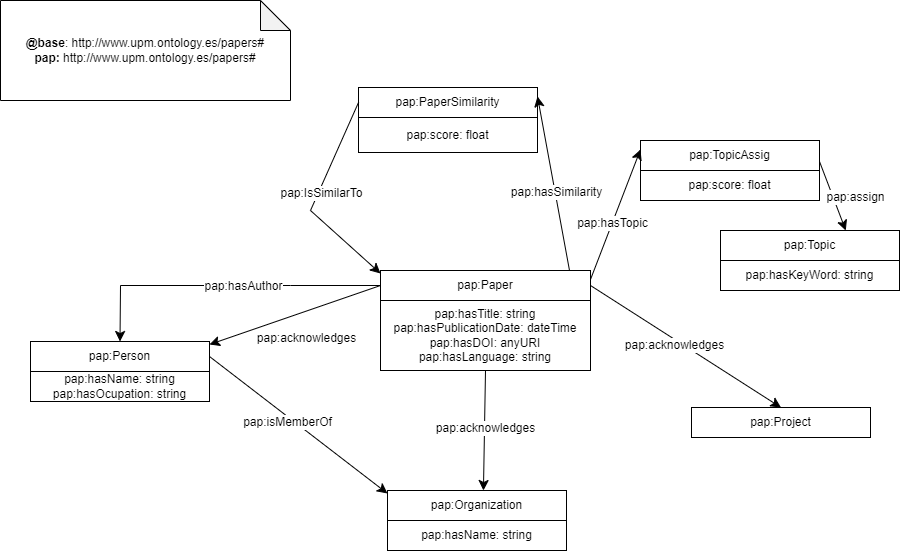
The draw.io diagram ontology/ontology-g5.png in RubenCid35/GraphPaperSim, before a commit. Source tidied: cells renumbered, new cells last; positions are measured from the earlier drawing's top-left corner, leaving out a move shared by most shapes.
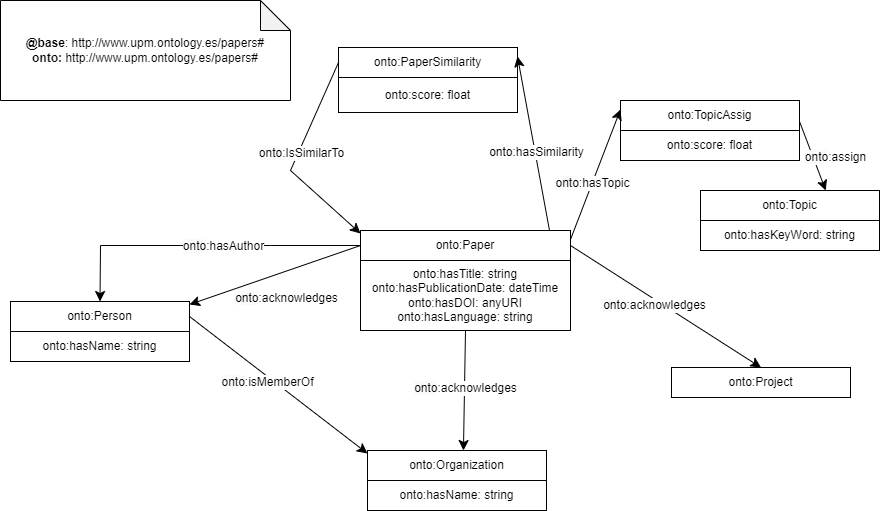
The same file after the commit.

Commit message:
update ontology && add workflow

What changed in the source:
```diff
@@ -2,37 +2,37 @@
   <root>
     <mxCell id="0" />
     <mxCell id="1" parent="0" />
-    <mxCell id="2" value="pap:hasTitle: string&lt;div&gt;pap:hasPublicationDate: dateTime&lt;br&gt;&lt;div&gt;pap:hasDOI: anyURI&lt;/div&gt;&lt;/div&gt;&lt;div&gt;pap:hasLanguage: string&lt;/div&gt;" style="rounded=0;whiteSpace=wrap;html=1;snapToPoint=1;points=[[0.1,0],[0.2,0],[0.3,0],[0.4,0],[0.5,0],[0.6,0],[0.7,0],[0.8,0],[0.9,0],[0,0.1],[0,0.3],[0,0.5],[0,0.7],[0,0.9],[0.1,1],[0.2,1],[0.3,1],[0.4,1],[0.5,1],[0.6,1],[0.7,1],[0.8,1],[0.9,1],[1,0.1],[1,0.3],[1,0.5],[1,0.7],[1,0.9]];" parent="1" vertex="1">
+    <mxCell id="2" value="onto:hasTitle: string&lt;br&gt;&lt;div&gt;&lt;span style=&quot;background-color: initial;&quot;&gt;onto&lt;/span&gt;:hasPublicationDate: dateTime&lt;br&gt;&lt;div&gt;&lt;span style=&quot;background-color: initial;&quot;&gt;onto&lt;/span&gt;:hasDOI: anyURI&lt;/div&gt;&lt;/div&gt;&lt;div&gt;&lt;span style=&quot;background-color: initial;&quot;&gt;onto&lt;/span&gt;:hasLanguage: string&lt;/div&gt;" style="rounded=0;whiteSpace=wrap;html=1;snapToPoint=1;points=[[0.1,0],[0.2,0],[0.3,0],[0.4,0],[0.5,0],[0.6,0],[0.7,0],[0.8,0],[0.9,0],[0,0.1],[0,0.3],[0,0.5],[0,0.7],[0,0.9],[0.1,1],[0.2,1],[0.3,1],[0.4,1],[0.5,1],[0.6,1],[0.7,1],[0.8,1],[0.9,1],[1,0.1],[1,0.3],[1,0.5],[1,0.7],[1,0.9]];" parent="1" vertex="1">
       <mxGeometry x="380" y="300" width="210" height="70" as="geometry" />
     </mxCell>
-    <mxCell id="3" value="pap:Paper" style="rounded=0;whiteSpace=wrap;html=1;snapToPoint=1;points=[[0.1,0],[0.2,0],[0.3,0],[0.4,0],[0.5,0],[0.6,0],[0.7,0],[0.8,0],[0.9,0],[0,0.1],[0,0.3],[0,0.5],[0,0.7],[0,0.9],[0.1,1],[0.2,1],[0.3,1],[0.4,1],[0.5,1],[0.6,1],[0.7,1],[0.8,1],[0.9,1],[1,0.1],[1,0.3],[1,0.5],[1,0.7],[1,0.9]];" parent="1" vertex="1">
+    <mxCell id="3" value="onto:Paper" style="rounded=0;whiteSpace=wrap;html=1;snapToPoint=1;points=[[0.1,0],[0.2,0],[0.3,0],[0.4,0],[0.5,0],[0.6,0],[0.7,0],[0.8,0],[0.9,0],[0,0.1],[0,0.3],[0,0.5],[0,0.7],[0,0.9],[0.1,1],[0.2,1],[0.3,1],[0.4,1],[0.5,1],[0.6,1],[0.7,1],[0.8,1],[0.9,1],[1,0.1],[1,0.3],[1,0.5],[1,0.7],[1,0.9]];" parent="1" vertex="1">
       <mxGeometry x="380" y="270" width="210" height="30" as="geometry" />
     </mxCell>
-    <mxCell id="4" value="&lt;div&gt;pap:hasName: string&lt;/div&gt;pap:hasOcupation: string" style="rounded=0;whiteSpace=wrap;html=1;" parent="1" vertex="1">
+    <mxCell id="4" value="&lt;div&gt;&lt;span style=&quot;background-color: initial;&quot;&gt;onto&lt;/span&gt;:hasName: string&lt;/div&gt;" style="rounded=0;whiteSpace=wrap;html=1;" parent="1" vertex="1">
       <mxGeometry x="30" y="371" width="179" height="30" as="geometry" />
     </mxCell>
-    <mxCell id="5" value="pap:Person" style="rounded=0;whiteSpace=wrap;html=1;snapToPoint=1;points=[[0.1,0],[0.2,0],[0.3,0],[0.4,0],[0.5,0],[0.6,0],[0.7,0],[0.8,0],[0.9,0],[0,0.1],[0,0.3],[0,0.5],[0,0.7],[0,0.9],[0.1,1],[0.2,1],[0.3,1],[0.4,1],[0.5,1],[0.6,1],[0.7,1],[0.8,1],[0.9,1],[1,0.1],[1,0.3],[1,0.5],[1,0.7],[1,0.9]];" parent="1" vertex="1">
+    <mxCell id="5" value="onto:Person" style="rounded=0;whiteSpace=wrap;html=1;snapToPoint=1;points=[[0.1,0],[0.2,0],[0.3,0],[0.4,0],[0.5,0],[0.6,0],[0.7,0],[0.8,0],[0.9,0],[0,0.1],[0,0.3],[0,0.5],[0,0.7],[0,0.9],[0.1,1],[0.2,1],[0.3,1],[0.4,1],[0.5,1],[0.6,1],[0.7,1],[0.8,1],[0.9,1],[1,0.1],[1,0.3],[1,0.5],[1,0.7],[1,0.9]];" parent="1" vertex="1">
       <mxGeometry x="30" y="341" width="179" height="30" as="geometry" />
     </mxCell>
-    <mxCell id="6" value="pap:Project" style="rounded=0;whiteSpace=wrap;html=1;snapToPoint=1;points=[[0.1,0],[0.2,0],[0.3,0],[0.4,0],[0.5,0],[0.6,0],[0.7,0],[0.8,0],[0.9,0],[0,0.1],[0,0.3],[0,0.5],[0,0.7],[0,0.9],[0.1,1],[0.2,1],[0.3,1],[0.4,1],[0.5,1],[0.6,1],[0.7,1],[0.8,1],[0.9,1],[1,0.1],[1,0.3],[1,0.5],[1,0.7],[1,0.9]];" parent="1" vertex="1">
+    <mxCell id="6" value="onto:Project" style="rounded=0;whiteSpace=wrap;html=1;snapToPoint=1;points=[[0.1,0],[0.2,0],[0.3,0],[0.4,0],[0.5,0],[0.6,0],[0.7,0],[0.8,0],[0.9,0],[0,0.1],[0,0.3],[0,0.5],[0,0.7],[0,0.9],[0.1,1],[0.2,1],[0.3,1],[0.4,1],[0.5,1],[0.6,1],[0.7,1],[0.8,1],[0.9,1],[1,0.1],[1,0.3],[1,0.5],[1,0.7],[1,0.9]];" parent="1" vertex="1">
       <mxGeometry x="691" y="407" width="179" height="30" as="geometry" />
     </mxCell>
-    <mxCell id="7" value="pap:score: float" style="rounded=0;whiteSpace=wrap;html=1;" parent="1" vertex="1">
+    <mxCell id="7" value="onto:score: float" style="rounded=0;whiteSpace=wrap;html=1;" parent="1" vertex="1">
       <mxGeometry x="640" y="170" width="179" height="30" as="geometry" />
     </mxCell>
-    <mxCell id="8" value="pap:TopicAssig" style="rounded=0;whiteSpace=wrap;html=1;snapToPoint=1;points=[[0.1,0],[0.2,0],[0.3,0],[0.4,0],[0.5,0],[0.6,0],[0.7,0],[0.8,0],[0.9,0],[0,0.1],[0,0.3],[0,0.5],[0,0.7],[0,0.9],[0.1,1],[0.2,1],[0.3,1],[0.4,1],[0.5,1],[0.6,1],[0.7,1],[0.8,1],[0.9,1],[1,0.1],[1,0.3],[1,0.5],[1,0.7],[1,0.9]];" parent="1" vertex="1">
+    <mxCell id="8" value="onto:TopicAssig" style="rounded=0;whiteSpace=wrap;html=1;snapToPoint=1;points=[[0.1,0],[0.2,0],[0.3,0],[0.4,0],[0.5,0],[0.6,0],[0.7,0],[0.8,0],[0.9,0],[0,0.1],[0,0.3],[0,0.5],[0,0.7],[0,0.9],[0.1,1],[0.2,1],[0.3,1],[0.4,1],[0.5,1],[0.6,1],[0.7,1],[0.8,1],[0.9,1],[1,0.1],[1,0.3],[1,0.5],[1,0.7],[1,0.9]];" parent="1" vertex="1">
       <mxGeometry x="640" y="140" width="179" height="30" as="geometry" />
     </mxCell>
-    <mxCell id="9" value="pap:hasName: string" style="rounded=0;whiteSpace=wrap;html=1;" parent="1" vertex="1">
+    <mxCell id="9" value="onto:hasName: string" style="rounded=0;whiteSpace=wrap;html=1;" parent="1" vertex="1">
       <mxGeometry x="387" y="520" width="179" height="30" as="geometry" />
     </mxCell>
-    <mxCell id="10" value="pap:Organization" style="rounded=0;whiteSpace=wrap;html=1;snapToPoint=1;points=[[0.1,0],[0.2,0],[0.3,0],[0.4,0],[0.5,0],[0.6,0],[0.7,0],[0.8,0],[0.9,0],[0,0.1],[0,0.3],[0,0.5],[0,0.7],[0,0.9],[0.1,1],[0.2,1],[0.3,1],[0.4,1],[0.5,1],[0.6,1],[0.7,1],[0.8,1],[0.9,1],[1,0.1],[1,0.3],[1,0.5],[1,0.7],[1,0.9]];" parent="1" vertex="1">
+    <mxCell id="10" value="onto:Organization" style="rounded=0;whiteSpace=wrap;html=1;snapToPoint=1;points=[[0.1,0],[0.2,0],[0.3,0],[0.4,0],[0.5,0],[0.6,0],[0.7,0],[0.8,0],[0.9,0],[0,0.1],[0,0.3],[0,0.5],[0,0.7],[0,0.9],[0.1,1],[0.2,1],[0.3,1],[0.4,1],[0.5,1],[0.6,1],[0.7,1],[0.8,1],[0.9,1],[1,0.1],[1,0.3],[1,0.5],[1,0.7],[1,0.9]];" parent="1" vertex="1">
       <mxGeometry x="387" y="490" width="179" height="30" as="geometry" />
     </mxCell>
     <mxCell id="11" style="endArrow=classic;html=1;exitX=0.5;exitY=1;exitDx=0;exitDy=0;entryX=0.536;entryY=0;entryDx=0;entryDy=0;endSize=8;arcSize=0;rounded=0;entryPerimeter=0;" parent="1" edge="1" source="2" target="10">
       <mxGeometry relative="1" as="geometry" />
     </mxCell>
-    <mxCell id="12" value="pap:acknowledges" style="text;html=1;align=center;verticalAlign=middle;labelBackgroundColor=#ffffff;" parent="11" vertex="1">
+    <mxCell id="12" value="&lt;span style=&quot;text-wrap: wrap; background-color: rgb(251, 251, 251);&quot;&gt;onto&lt;/span&gt;:acknowledges" style="text;html=1;align=center;verticalAlign=middle;labelBackgroundColor=#ffffff;" parent="11" vertex="1">
       <mxGeometry x="-0.13" relative="1" as="geometry">
         <mxPoint y="6" as="offset" />
       </mxGeometry>
@@ -45,19 +45,19 @@
         </Array>
       </mxGeometry>
     </mxCell>
-    <mxCell id="14" value="pap:hasAuthor" style="text;html=1;align=center;verticalAlign=middle;labelBackgroundColor=#ffffff;" parent="13" vertex="1">
+    <mxCell id="14" value="&lt;span style=&quot;text-wrap: wrap; background-color: rgb(251, 251, 251);&quot;&gt;onto&lt;/span&gt;:hasAuthor" style="text;html=1;align=center;verticalAlign=middle;labelBackgroundColor=#ffffff;" parent="13" vertex="1">
       <mxGeometry x="-0.13" relative="1" as="geometry" />
     </mxCell>
     <mxCell id="15" style="endArrow=classic;html=1;exitX=1;exitY=0.3;exitDx=0;exitDy=0;entryX=0;entryY=0.3;entryDx=0;entryDy=0;endSize=8;arcSize=0;rounded=0;" parent="1" edge="1" source="3" target="8">
       <mxGeometry relative="1" as="geometry" />
     </mxCell>
-    <mxCell id="16" value="pap:hasTopic" style="text;html=1;align=center;verticalAlign=middle;labelBackgroundColor=#ffffff;" parent="15" vertex="1">
+    <mxCell id="16" value="&lt;span style=&quot;text-wrap: wrap; background-color: rgb(251, 251, 251);&quot;&gt;onto&lt;/span&gt;:hasTopic" style="text;html=1;align=center;verticalAlign=middle;labelBackgroundColor=#ffffff;" parent="15" vertex="1">
       <mxGeometry x="-0.13" relative="1" as="geometry" />
     </mxCell>
     <mxCell id="17" style="endArrow=classic;html=1;exitX=0;exitY=0.5;exitDx=0;exitDy=0;endSize=8;arcSize=0;rounded=0;entryX=1;entryY=0.1;entryDx=0;entryDy=0;" parent="1" edge="1" source="3" target="5">
       <mxGeometry relative="1" as="geometry" />
     </mxCell>
-    <mxCell id="18" value="pap:acknowledges" style="text;html=1;align=center;verticalAlign=middle;labelBackgroundColor=#ffffff;" parent="17" vertex="1">
+    <mxCell id="18" value="&lt;span style=&quot;text-wrap: wrap; background-color: rgb(251, 251, 251);&quot;&gt;onto&lt;/span&gt;:acknowledges" style="text;html=1;align=center;verticalAlign=middle;labelBackgroundColor=#ffffff;" parent="17" vertex="1">
       <mxGeometry x="-0.13" relative="1" as="geometry">
         <mxPoint y="27" as="offset" />
       </mxGeometry>
@@ -65,7 +65,7 @@
     <mxCell id="19" style="endArrow=classic;html=1;exitX=1;exitY=0.5;exitDx=0;exitDy=0;entryX=0.5;entryY=0;entryDx=0;entryDy=0;endSize=8;arcSize=0;rounded=0;" parent="1" edge="1" source="3" target="6">
       <mxGeometry relative="1" as="geometry" />
     </mxCell>
-    <mxCell id="20" value="pap:acknowledges" style="text;html=1;align=center;verticalAlign=middle;labelBackgroundColor=#ffffff;" parent="19" vertex="1">
+    <mxCell id="20" value="&lt;span style=&quot;text-wrap: wrap; background-color: rgb(251, 251, 251);&quot;&gt;onto&lt;/span&gt;:acknowledges" style="text;html=1;align=center;verticalAlign=middle;labelBackgroundColor=#ffffff;" parent="19" vertex="1">
       <mxGeometry x="-0.13" relative="1" as="geometry">
         <mxPoint y="6" as="offset" />
       </mxGeometry>
@@ -73,18 +73,15 @@
     <mxCell id="21" style="endArrow=classic;html=1;exitX=1;exitY=0.5;exitDx=0;exitDy=0;endSize=8;arcSize=0;rounded=0;entryX=0;entryY=0.1;entryDx=0;entryDy=0;" parent="1" edge="1" source="5" target="10">
       <mxGeometry relative="1" as="geometry" />
     </mxCell>
-    <mxCell id="22" value="pap:isMemberOf" style="text;html=1;align=center;verticalAlign=middle;labelBackgroundColor=#ffffff;" parent="21" vertex="1">
+    <mxCell id="22" value="&lt;span style=&quot;text-wrap: wrap; background-color: rgb(251, 251, 251);&quot;&gt;onto&lt;/span&gt;:isMemberOf" style="text;html=1;align=center;verticalAlign=middle;labelBackgroundColor=#ffffff;" parent="21" vertex="1">
       <mxGeometry x="-0.13" relative="1" as="geometry">
         <mxPoint y="6" as="offset" />
       </mxGeometry>
     </mxCell>
-    <mxCell id="23" value="&lt;div&gt;&lt;b&gt;@base&lt;/b&gt;:&amp;nbsp;http://www.upm.ontology.es/papers#&lt;/div&gt;&lt;div&gt;&lt;b&gt;pap:&lt;/b&gt;&amp;nbsp;http://www.upm.ontology.es/papers#&lt;br&gt;&lt;/div&gt;" style="shape=note;whiteSpace=wrap;html=1;backgroundOutline=1;darkOpacity=0.05;" parent="1" vertex="1">
-      <mxGeometry width="290" height="100" as="geometry" />
-    </mxCell>
-    <mxCell id="24" value="pap:score: float" style="rounded=0;whiteSpace=wrap;html=1;" parent="1" vertex="1">
+    <mxCell id="24" value="onto:score: float" style="rounded=0;whiteSpace=wrap;html=1;" parent="1" vertex="1">
       <mxGeometry x="358" y="117" width="179" height="35" as="geometry" />
     </mxCell>
-    <mxCell id="25" value="pap:PaperSimilarity" style="rounded=0;whiteSpace=wrap;html=1;snapToPoint=1;points=[[0.1,0],[0.2,0],[0.3,0],[0.4,0],[0.5,0],[0.6,0],[0.7,0],[0.8,0],[0.9,0],[0,0.1],[0,0.3],[0,0.5],[0,0.7],[0,0.9],[0.1,1],[0.2,1],[0.3,1],[0.4,1],[0.5,1],[0.6,1],[0.7,1],[0.8,1],[0.9,1],[1,0.1],[1,0.3],[1,0.5],[1,0.7],[1,0.9]];" parent="1" vertex="1">
+    <mxCell id="25" value="onto:PaperSimilarity" style="rounded=0;whiteSpace=wrap;html=1;snapToPoint=1;points=[[0.1,0],[0.2,0],[0.3,0],[0.4,0],[0.5,0],[0.6,0],[0.7,0],[0.8,0],[0.9,0],[0,0.1],[0,0.3],[0,0.5],[0,0.7],[0,0.9],[0.1,1],[0.2,1],[0.3,1],[0.4,1],[0.5,1],[0.6,1],[0.7,1],[0.8,1],[0.9,1],[1,0.1],[1,0.3],[1,0.5],[1,0.7],[1,0.9]];" parent="1" vertex="1">
       <mxGeometry x="358" y="87" width="179" height="30" as="geometry" />
     </mxCell>
     <mxCell id="26" style="endArrow=classic;html=1;exitX=0;exitY=0.5;exitDx=0;exitDy=0;entryX=0;entryY=0.1;entryDx=0;entryDy=0;endSize=8;arcSize=0;rounded=0;" parent="1" edge="1" source="25" target="3">
@@ -94,21 +91,21 @@
         </Array>
       </mxGeometry>
     </mxCell>
-    <mxCell id="27" value="pap:IsSimilarTo" style="text;html=1;align=center;verticalAlign=middle;labelBackgroundColor=#ffffff;" parent="26" vertex="1">
+    <mxCell id="27" value="&lt;span style=&quot;text-wrap: wrap; background-color: rgb(251, 251, 251);&quot;&gt;onto&lt;/span&gt;:IsSimilarTo" style="text;html=1;align=center;verticalAlign=middle;labelBackgroundColor=#ffffff;" parent="26" vertex="1">
       <mxGeometry x="-0.13" relative="1" as="geometry">
         <mxPoint y="6" as="offset" />
       </mxGeometry>
     </mxCell>
-    <mxCell id="28" value="pap:hasKeyWord: string" style="rounded=0;whiteSpace=wrap;html=1;" parent="1" vertex="1">
+    <mxCell id="28" value="onto:hasKeyWord: string" style="rounded=0;whiteSpace=wrap;html=1;" parent="1" vertex="1">
       <mxGeometry x="720" y="260" width="179" height="30" as="geometry" />
     </mxCell>
-    <mxCell id="29" value="pap:Topic" style="rounded=0;whiteSpace=wrap;html=1;snapToPoint=1;points=[[0.1,0],[0.2,0],[0.3,0],[0.4,0],[0.5,0],[0.6,0],[0.7,0],[0.8,0],[0.9,0],[0,0.1],[0,0.3],[0,0.5],[0,0.7],[0,0.9],[0.1,1],[0.2,1],[0.3,1],[0.4,1],[0.5,1],[0.6,1],[0.7,1],[0.8,1],[0.9,1],[1,0.1],[1,0.3],[1,0.5],[1,0.7],[1,0.9]];" parent="1" vertex="1">
+    <mxCell id="29" value="onto:Topic" style="rounded=0;whiteSpace=wrap;html=1;snapToPoint=1;points=[[0.1,0],[0.2,0],[0.3,0],[0.4,0],[0.5,0],[0.6,0],[0.7,0],[0.8,0],[0.9,0],[0,0.1],[0,0.3],[0,0.5],[0,0.7],[0,0.9],[0.1,1],[0.2,1],[0.3,1],[0.4,1],[0.5,1],[0.6,1],[0.7,1],[0.8,1],[0.9,1],[1,0.1],[1,0.3],[1,0.5],[1,0.7],[1,0.9]];" parent="1" vertex="1">
       <mxGeometry x="720" y="230" width="179" height="30" as="geometry" />
     </mxCell>
     <mxCell id="30" style="endArrow=classic;html=1;exitX=0.9;exitY=0;exitDx=0;exitDy=0;endSize=8;arcSize=0;rounded=0;entryX=1;entryY=0.3;entryDx=0;entryDy=0;" parent="1" edge="1" source="3" target="25">
       <mxGeometry relative="1" as="geometry" />
     </mxCell>
-    <mxCell id="31" value="pap:hasSimilarity" style="text;html=1;align=center;verticalAlign=middle;labelBackgroundColor=#ffffff;" parent="30" vertex="1">
+    <mxCell id="31" value="&lt;span style=&quot;text-wrap: wrap; background-color: rgb(251, 251, 251);&quot;&gt;onto&lt;/span&gt;:hasSimilarity" style="text;html=1;align=center;verticalAlign=middle;labelBackgroundColor=#ffffff;" parent="30" vertex="1">
       <mxGeometry x="-0.13" relative="1" as="geometry">
         <mxPoint y="-3" as="offset" />
       </mxGeometry>
@@ -116,10 +113,13 @@
     <mxCell id="32" style="endArrow=classic;html=1;exitX=1;exitY=0.7;exitDx=0;exitDy=0;entryX=0.7;entryY=0;entryDx=0;entryDy=0;endSize=8;arcSize=0;rounded=0;" parent="1" edge="1" source="8" target="29">
       <mxGeometry relative="1" as="geometry" />
     </mxCell>
-    <mxCell id="33" value="pap:assign" style="text;html=1;align=center;verticalAlign=middle;labelBackgroundColor=#ffffff;" parent="32" vertex="1">
+    <mxCell id="33" value="&lt;span style=&quot;text-wrap: wrap; background-color: rgb(251, 251, 251);&quot;&gt;onto&lt;/span&gt;:assign" style="text;html=1;align=center;verticalAlign=middle;labelBackgroundColor=#ffffff;" parent="32" vertex="1">
       <mxGeometry x="-0.13" relative="1" as="geometry">
         <mxPoint x="24" y="6" as="offset" />
       </mxGeometry>
     </mxCell>
+    <mxCell id="34" value="&lt;div&gt;&lt;div&gt;&lt;b&gt;@base&lt;/b&gt;:&amp;nbsp;http://www.upm.ontology.es/papers#&lt;/div&gt;&lt;div&gt;&lt;b&gt;onto:&lt;/b&gt;&amp;nbsp;http://www.upm.ontology.es/papers#&lt;/div&gt;&lt;/div&gt;" style="shape=note;whiteSpace=wrap;html=1;backgroundOutline=1;darkOpacity=0.05;" parent="1" vertex="1">
+      <mxGeometry x="20" y="40" width="290" height="100" as="geometry" />
+    </mxCell>
   </root>
 </mxGraphModel>
```
